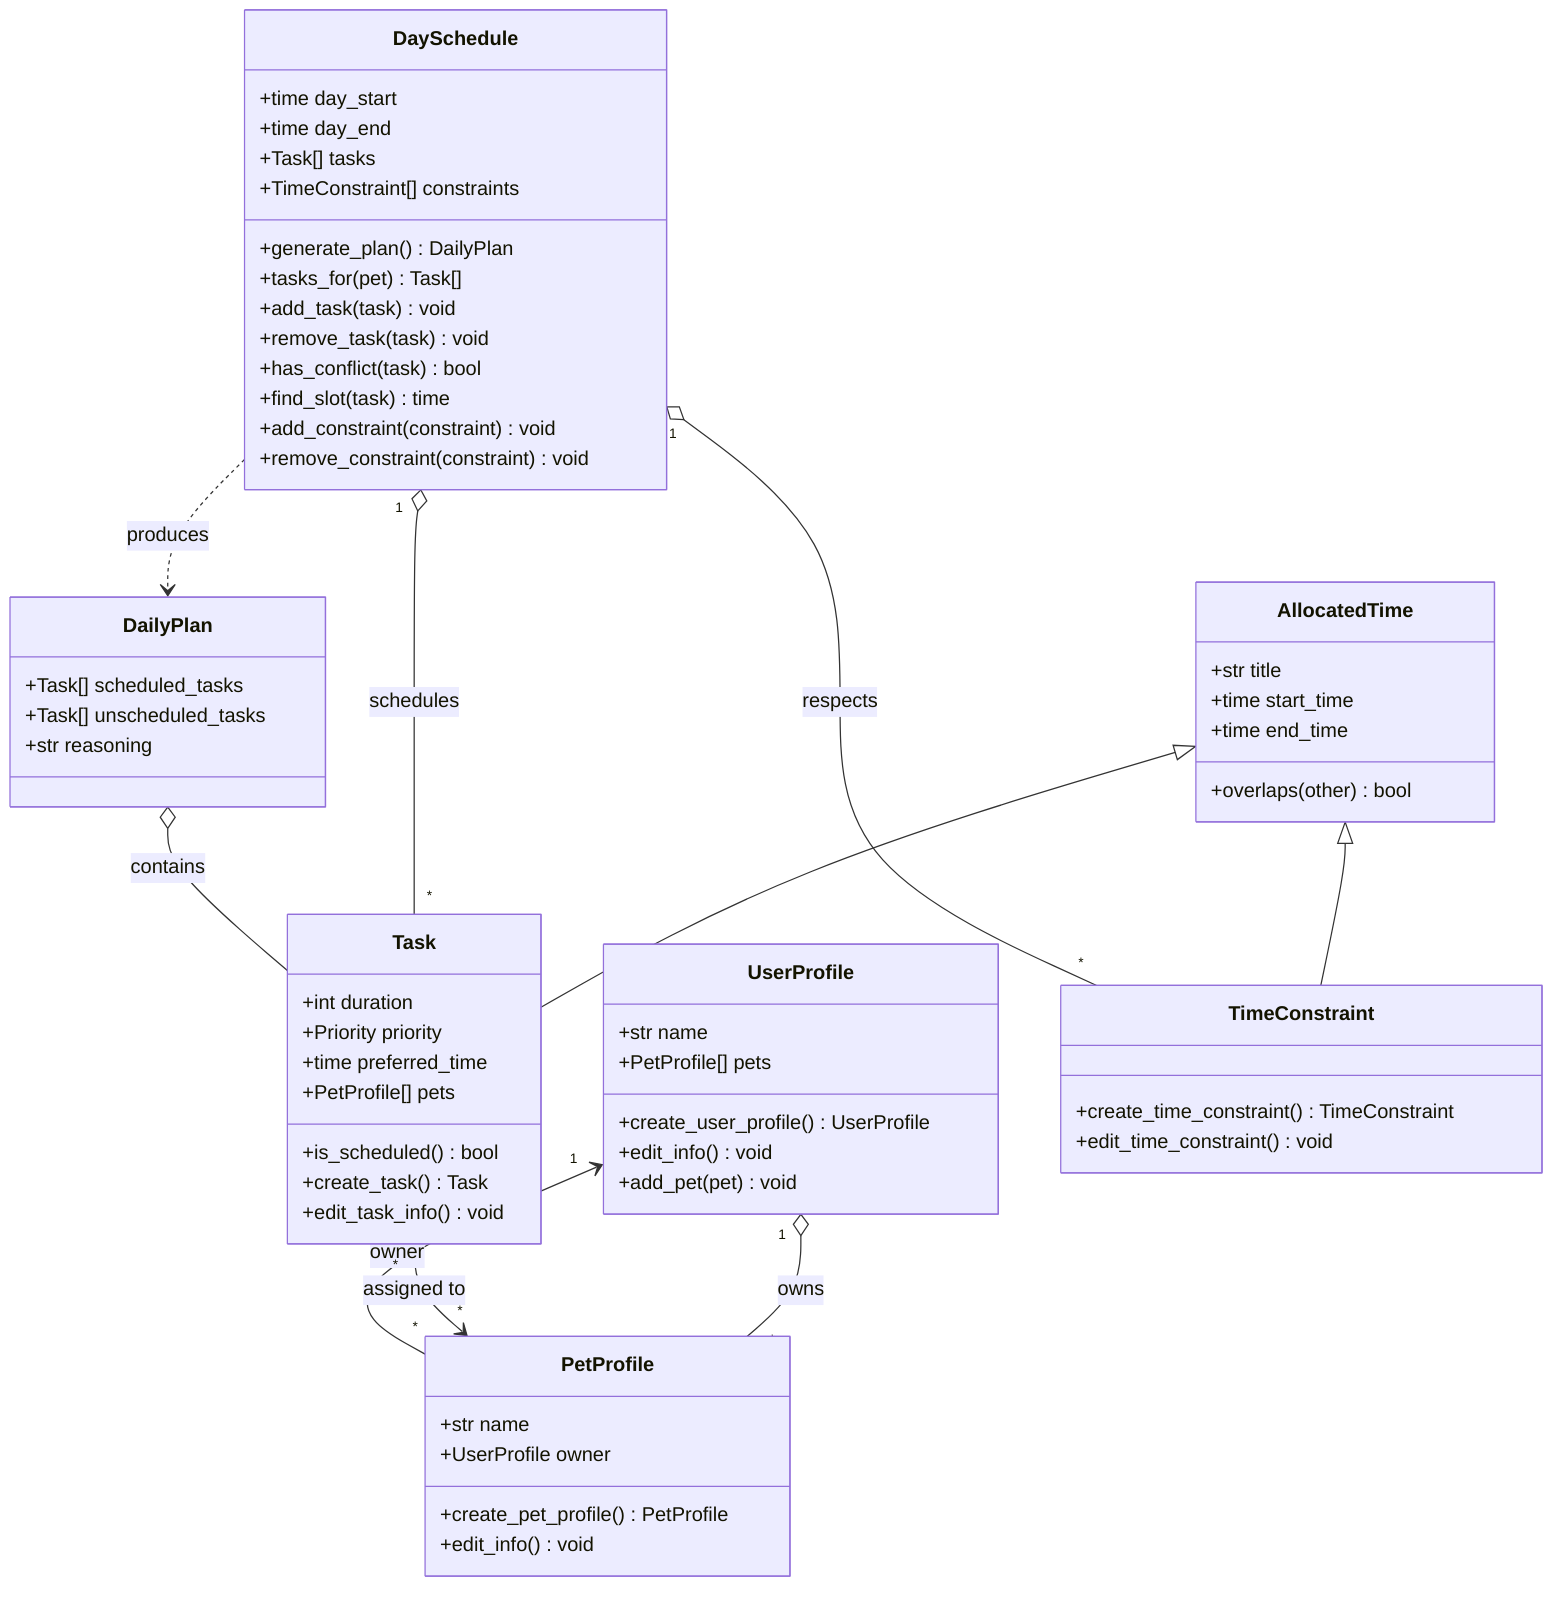
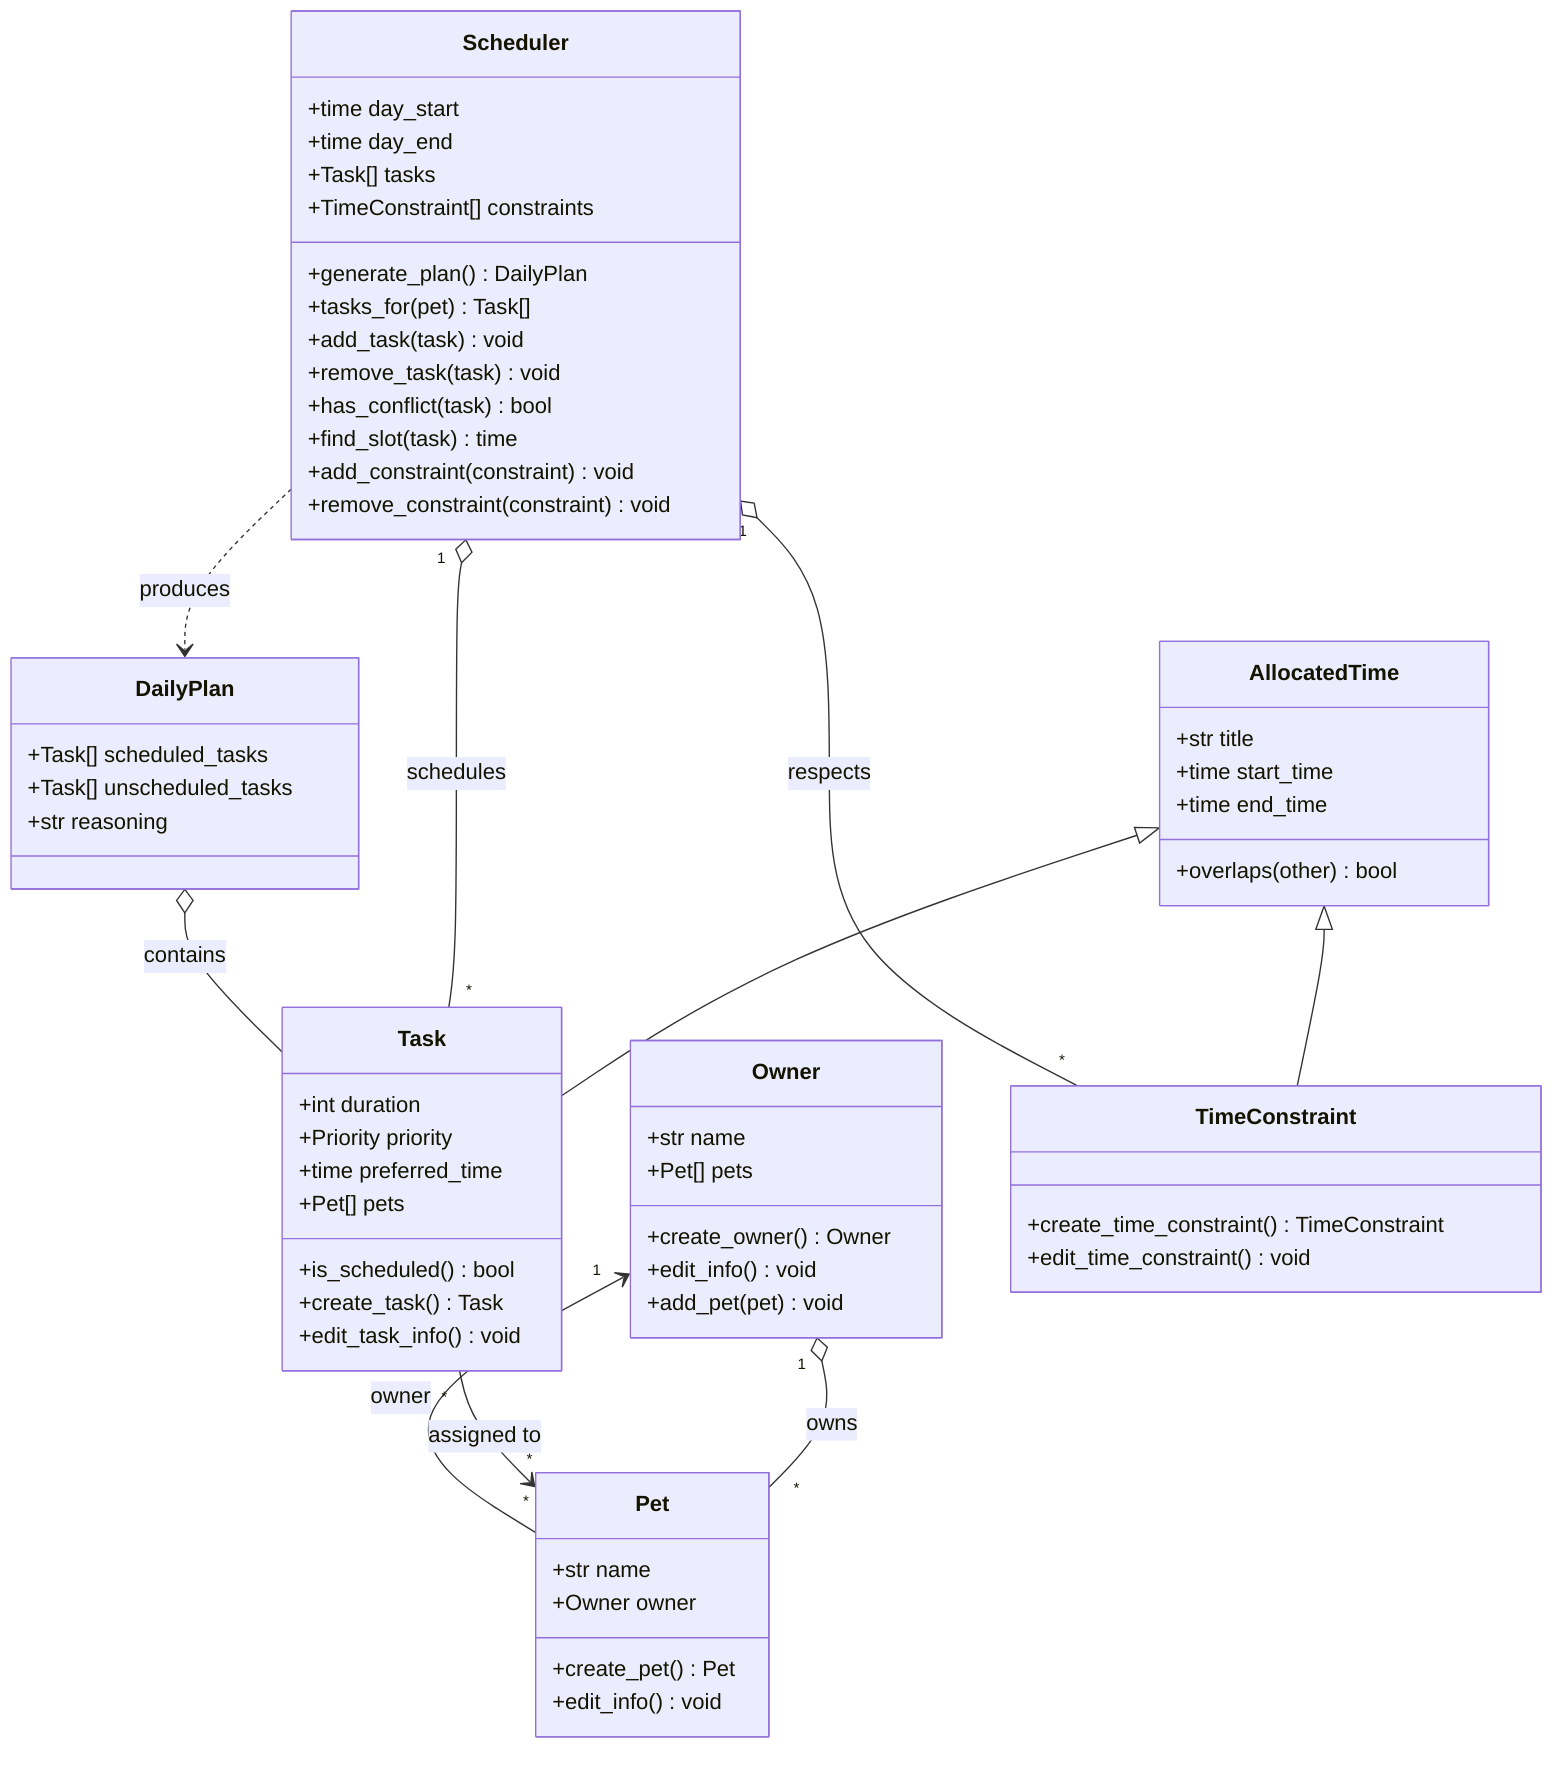
classDiagram
    %% PawPal+ class diagram — keep in sync with the implementation.

-     class UserProfile {
+     class Owner {
        +str name
-         +PetProfile[] pets
-         +create_user_profile() UserProfile
+         +Pet[] pets
+         +create_owner() Owner
        +edit_info() void
        +add_pet(pet) void
    }

-     class PetProfile {
+     class Pet {
        +str name
-         +UserProfile owner
-         +create_pet_profile() PetProfile
+         +Owner owner
+         +create_pet() Pet
        +edit_info() void
    }

-     class DaySchedule {
+     class Scheduler {
        +time day_start
        +time day_end
        +Task[] tasks
        +TimeConstraint[] constraints
        +generate_plan() DailyPlan
        +tasks_for(pet) Task[]
        +add_task(task) void
        +remove_task(task) void
        +has_conflict(task) bool
        +find_slot(task) time
        +add_constraint(constraint) void
        +remove_constraint(constraint) void
    }

    class AllocatedTime {
        +str title
        +time start_time
        +time end_time
        +overlaps(other) bool
    }

    class Task {
        +int duration
        +Priority priority
        +time preferred_time
-         +PetProfile[] pets
+         +Pet[] pets
        +is_scheduled() bool
        +create_task() Task
        +edit_task_info() void
    }

    class TimeConstraint {
        +create_time_constraint() TimeConstraint
        +edit_time_constraint() void
    }

    class DailyPlan {
        +Task[] scheduled_tasks
        +Task[] unscheduled_tasks
        +str reasoning
    }

    AllocatedTime <|-- Task
    AllocatedTime <|-- TimeConstraint

-     UserProfile "1" o-- "*" PetProfile : owns
-     PetProfile "*" --> "1" UserProfile : owner
+     Owner "1" o-- "*" Pet : owns
+     Pet "*" --> "1" Owner : owner

-     DaySchedule "1" o-- "*" Task : schedules
-     DaySchedule "1" o-- "*" TimeConstraint : respects
-     Task "*" --> "*" PetProfile : assigned to
-     DaySchedule ..> DailyPlan : produces
+     Scheduler "1" o-- "*" Task : schedules
+     Scheduler "1" o-- "*" TimeConstraint : respects
+     Task "*" --> "*" Pet : assigned to
+     Scheduler ..> DailyPlan : produces
    DailyPlan o-- Task : contains
